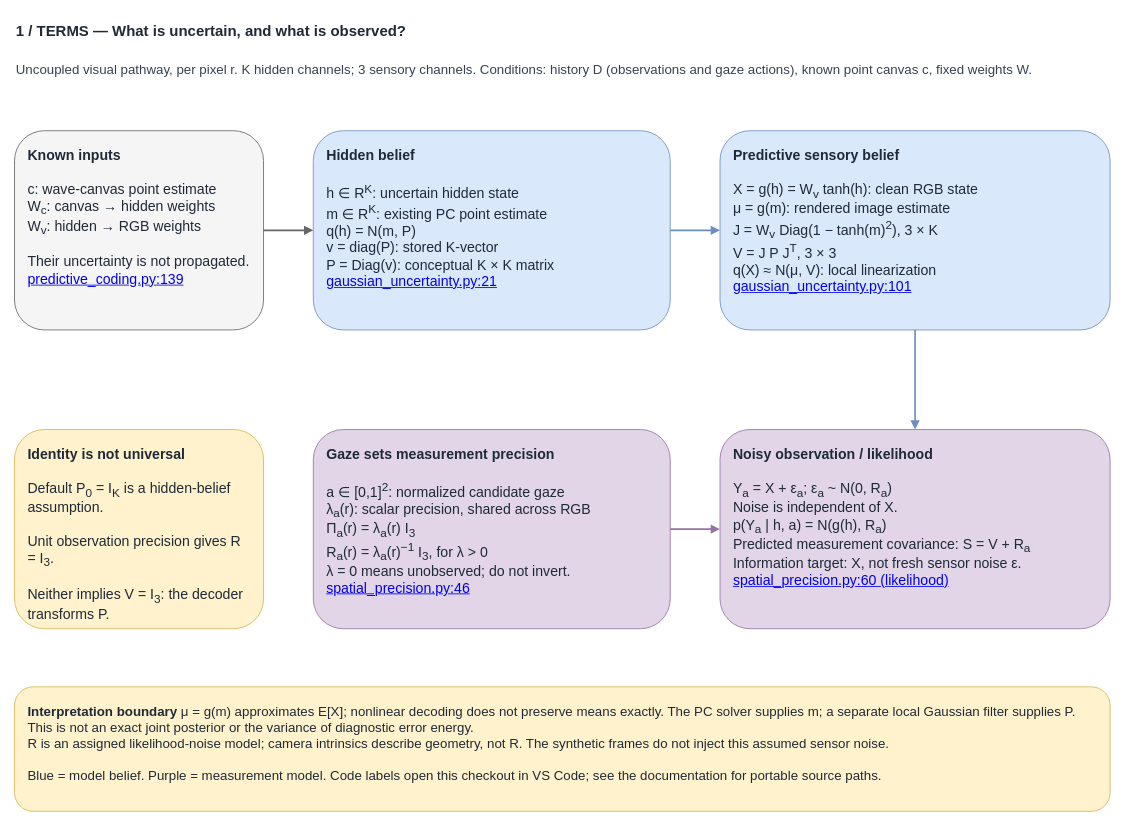
EternalGoldenBraid/AudioViz keeps this draw.io diagram as page "1 - Terms and distributions" (1 of 3) of docs/predictive-uncertainty-math.drawio. Above is the earlier version. Source tidied: cells renumbered, new cells numbered last; positions are measured from the earlier drawing's top-left corner, leaving out a move shared by most shapes. Both pictures are drawn from the tidied source at 83%, with x=0, y=0 at pixel (14, 14).
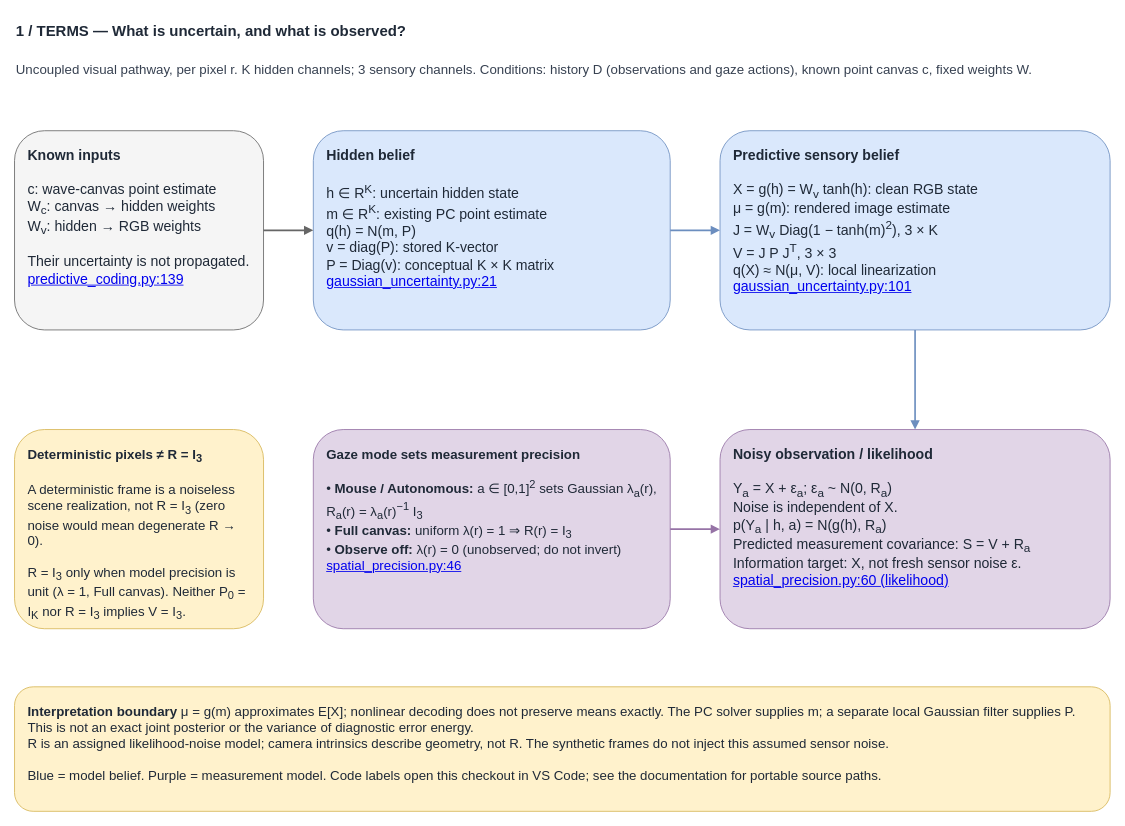
The same diagram, later.

Commit message (it also covers changes not shown here):
Document active vision gaze modes, bench visuals, and headless evaluation

Change to the diagram source:
```diff
@@
 <mxGraphModel background="#ffffff">
   <root>
     <mxCell id="0" />
     <mxCell id="1" parent="0" />
     <mxCell id="2" value="1 / TERMS — What is uncertain, and what is observed?" style="text;whiteSpace=wrap;html=1;fontSize=18;fontStyle=1;align=left;verticalAlign=middle;fontColor=#1f2937;" parent="1" vertex="1">
       <mxGeometry width="1320" height="40" as="geometry" />
     </mxCell>
     <mxCell id="3" value="Uncoupled visual pathway, per pixel r. K hidden channels; 3 sensory channels. Conditions: history D (observations and gaze actions), known point canvas c, fixed weights W." style="text;whiteSpace=wrap;html=1;fontSize=16;align=left;fontColor=#374151;" parent="1" vertex="1">
       <mxGeometry y="50" width="1320" height="50" as="geometry" />
     </mxCell>
     <mxCell id="4" value="&lt;b&gt;Known inputs&lt;/b&gt;&lt;br&gt;&lt;br&gt;c: wave-canvas point estimate&lt;br&gt;W&lt;sub&gt;c&lt;/sub&gt;: canvas → hidden weights&lt;br&gt;W&lt;sub&gt;v&lt;/sub&gt;: hidden → RGB weights&lt;br&gt;&lt;br&gt;Their uncertainty is not propagated.&lt;br&gt;&lt;a href=&quot;vscode://file/home/nicklas/Projects/AudioViz/src/audioviz/readouts/predictive_coding.py:139:1&quot;&gt;predictive_coding.py:139&lt;/a&gt;" style="rounded=1;whiteSpace=wrap;html=1;fillColor=#f5f5f5;strokeColor=#666666;fontColor=#1f2937;fontSize=17;align=left;verticalAlign=top;spacing=16;" parent="1" vertex="1">
       <mxGeometry y="140" width="300" height="240" as="geometry" />
     </mxCell>
     <mxCell id="5" value="&lt;b&gt;Hidden belief&lt;/b&gt;&lt;br&gt;&lt;br&gt;h ∈ R&lt;sup&gt;K&lt;/sup&gt;: uncertain hidden state&lt;br&gt;m ∈ R&lt;sup&gt;K&lt;/sup&gt;: existing PC point estimate&lt;br&gt;q(h) = N(m, P)&lt;br&gt;v = diag(P): stored K-vector&lt;br&gt;P = Diag(v): conceptual K × K matrix&lt;br&gt;&lt;a href=&quot;vscode://file/home/nicklas/Projects/AudioViz/src/audioviz/readouts/gaussian_uncertainty.py:21:1&quot;&gt;gaussian_uncertainty.py:21&lt;/a&gt;" style="rounded=1;whiteSpace=wrap;html=1;fillColor=#dae8fc;strokeColor=#6c8ebf;fontColor=#1f2937;fontSize=17;align=left;verticalAlign=top;spacing=16;" parent="1" vertex="1">
       <mxGeometry x="360" y="140" width="430" height="240" as="geometry" />
     </mxCell>
     <mxCell id="6" value="&lt;b&gt;Predictive sensory belief&lt;/b&gt;&lt;br&gt;&lt;br&gt;X = g(h) = W&lt;sub&gt;v&lt;/sub&gt; tanh(h): clean RGB state&lt;br&gt;μ = g(m): rendered image estimate&lt;br&gt;J = W&lt;sub&gt;v&lt;/sub&gt; Diag(1 − tanh(m)&lt;sup&gt;2&lt;/sup&gt;), 3 × K&lt;br&gt;V = J P J&lt;sup&gt;T&lt;/sup&gt;, 3 × 3&lt;br&gt;q(X) ≈ N(μ, V): local linearization&lt;br&gt;&lt;a href=&quot;vscode://file/home/nicklas/Projects/AudioViz/src/audioviz/readouts/gaussian_uncertainty.py:101:1&quot;&gt;gaussian_uncertainty.py:101&lt;/a&gt;" style="rounded=1;whiteSpace=wrap;html=1;fillColor=#dae8fc;strokeColor=#6c8ebf;fontColor=#1f2937;fontSize=17;align=left;verticalAlign=top;spacing=16;" parent="1" vertex="1">
       <mxGeometry x="850" y="140" width="470" height="240" as="geometry" />
     </mxCell>
-    <mxCell id="7" value="&lt;b&gt;Identity is not universal&lt;/b&gt;&lt;br&gt;&lt;br&gt;Default P&lt;sub&gt;0&lt;/sub&gt; = I&lt;sub&gt;K&lt;/sub&gt; is a hidden-belief assumption.&lt;br&gt;&lt;br&gt;Unit observation precision gives R = I&lt;sub&gt;3&lt;/sub&gt;.&lt;br&gt;&lt;br&gt;Neither implies V = I&lt;sub&gt;3&lt;/sub&gt;: the decoder transforms P." style="rounded=1;whiteSpace=wrap;html=1;fillColor=#fff2cc;strokeColor=#d6b656;fontColor=#1f2937;fontSize=17;align=left;verticalAlign=top;spacing=16;" parent="1" vertex="1">
+    <mxCell id="7" value="&lt;b&gt;Deterministic pixels ≠ R = I&lt;sub&gt;3&lt;/sub&gt;&lt;/b&gt;&lt;br&gt;&lt;br&gt;A deterministic frame is a noiseless scene realization, not R = I&lt;sub&gt;3&lt;/sub&gt; (zero noise would mean degenerate R → 0).&lt;br&gt;&lt;br&gt;R = I&lt;sub&gt;3&lt;/sub&gt; only when model precision is unit (λ = 1, Full canvas). Neither P&lt;sub&gt;0&lt;/sub&gt; = I&lt;sub&gt;K&lt;/sub&gt; nor R = I&lt;sub&gt;3&lt;/sub&gt; implies V = I&lt;sub&gt;3&lt;/sub&gt;." style="rounded=1;whiteSpace=wrap;html=1;fillColor=#fff2cc;strokeColor=#d6b656;fontColor=#1f2937;fontSize=16;align=left;verticalAlign=top;spacing=16;" parent="1" vertex="1">
       <mxGeometry y="500" width="300" height="240" as="geometry" />
     </mxCell>
-    <mxCell id="8" value="&lt;b&gt;Gaze sets measurement precision&lt;/b&gt;&lt;br&gt;&lt;br&gt;a ∈ [0,1]&lt;sup&gt;2&lt;/sup&gt;: normalized candidate gaze&lt;br&gt;λ&lt;sub&gt;a&lt;/sub&gt;(r): scalar precision, shared across RGB&lt;br&gt;Π&lt;sub&gt;a&lt;/sub&gt;(r) = λ&lt;sub&gt;a&lt;/sub&gt;(r) I&lt;sub&gt;3&lt;/sub&gt;&lt;br&gt;R&lt;sub&gt;a&lt;/sub&gt;(r) = λ&lt;sub&gt;a&lt;/sub&gt;(r)&lt;sup&gt;−1&lt;/sup&gt; I&lt;sub&gt;3&lt;/sub&gt;, for λ &gt; 0&lt;br&gt;λ = 0 means unobserved; do not invert.&lt;br&gt;&lt;a href=&quot;vscode://file/home/nicklas/Projects/AudioViz/src/audioviz/readouts/spatial_precision.py:46:1&quot;&gt;spatial_precision.py:46&lt;/a&gt;" style="rounded=1;whiteSpace=wrap;html=1;fillColor=#e1d5e7;strokeColor=#9673a6;fontColor=#1f2937;fontSize=17;align=left;verticalAlign=top;spacing=16;" parent="1" vertex="1">
+    <mxCell id="8" value="&lt;b&gt;Gaze mode sets measurement precision&lt;/b&gt;&lt;br&gt;&lt;br&gt;• &lt;b&gt;Mouse / Autonomous:&lt;/b&gt; a ∈ [0,1]&lt;sup&gt;2&lt;/sup&gt; sets Gaussian λ&lt;sub&gt;a&lt;/sub&gt;(r), R&lt;sub&gt;a&lt;/sub&gt;(r) = λ&lt;sub&gt;a&lt;/sub&gt;(r)&lt;sup&gt;−1&lt;/sup&gt; I&lt;sub&gt;3&lt;/sub&gt;&lt;br&gt;• &lt;b&gt;Full canvas:&lt;/b&gt; uniform λ(r) = 1 ⇒ R(r) = I&lt;sub&gt;3&lt;/sub&gt;&lt;br&gt;• &lt;b&gt;Observe off:&lt;/b&gt; λ(r) = 0 (unobserved; do not invert)&lt;br&gt;&lt;a href=&quot;vscode://file/home/nicklas/Projects/AudioViz/src/audioviz/readouts/spatial_precision.py:46:1&quot;&gt;spatial_precision.py:46&lt;/a&gt;" style="rounded=1;whiteSpace=wrap;html=1;fillColor=#e1d5e7;strokeColor=#9673a6;fontColor=#1f2937;fontSize=16;align=left;verticalAlign=top;spacing=16;" parent="1" vertex="1">
       <mxGeometry x="360" y="500" width="430" height="240" as="geometry" />
     </mxCell>
     <mxCell id="9" value="&lt;b&gt;Noisy observation / likelihood&lt;/b&gt;&lt;br&gt;&lt;br&gt;Y&lt;sub&gt;a&lt;/sub&gt; = X + ε&lt;sub&gt;a&lt;/sub&gt;; ε&lt;sub&gt;a&lt;/sub&gt; ~ N(0, R&lt;sub&gt;a&lt;/sub&gt;)&lt;br&gt;Noise is independent of X.&lt;br&gt;p(Y&lt;sub&gt;a&lt;/sub&gt; | h, a) = N(g(h), R&lt;sub&gt;a&lt;/sub&gt;)&lt;br&gt;Predicted measurement covariance: S = V + R&lt;sub&gt;a&lt;/sub&gt;&lt;br&gt;Information target: X, not fresh sensor noise ε.&lt;br&gt;&lt;a href=&quot;vscode://file/home/nicklas/Projects/AudioViz/src/audioviz/readouts/spatial_precision.py:60:1&quot;&gt;spatial_precision.py:60 (likelihood)&lt;/a&gt;" style="rounded=1;whiteSpace=wrap;html=1;fillColor=#e1d5e7;strokeColor=#9673a6;fontColor=#1f2937;fontSize=17;align=left;verticalAlign=top;spacing=16;" parent="1" vertex="1">
       <mxGeometry x="850" y="500" width="470" height="240" as="geometry" />
     </mxCell>
     <mxCell id="10" value="&lt;b&gt;Interpretation boundary&lt;/b&gt;  μ = g(m) approximates E[X]; nonlinear decoding does not preserve means exactly. The PC solver supplies m; a separate local Gaussian filter supplies P. This is not an exact joint posterior or the variance of diagnostic error energy.&lt;br&gt;R is an assigned likelihood-noise model; camera intrinsics describe geometry, not R. The synthetic frames do not inject this assumed sensor noise.&lt;br&gt;&lt;br&gt;Blue = model belief. Purple = measurement model. Code labels open this checkout in VS Code; see the documentation for portable source paths." style="rounded=1;whiteSpace=wrap;html=1;fillColor=#fff2cc;strokeColor=#d6b656;fontColor=#1f2937;fontSize=16;align=left;verticalAlign=top;spacing=16;" parent="1" vertex="1">
       <mxGeometry y="810" width="1320" height="150" as="geometry" />
     </mxCell>
     <mxCell id="11" style="edgeStyle=orthogonalEdgeStyle;html=1;strokeColor=#666666;strokeWidth=2;endArrow=block;exitX=1;exitY=0.5;entryX=0;entryY=0.5;" parent="1" edge="1" source="4" target="5">
       <mxGeometry relative="1" as="geometry" />
     </mxCell>
     <mxCell id="12" style="edgeStyle=orthogonalEdgeStyle;html=1;strokeColor=#6c8ebf;strokeWidth=2;endArrow=block;exitX=1;exitY=0.5;entryX=0;entryY=0.5;" parent="1" edge="1" source="5" target="6">
       <mxGeometry relative="1" as="geometry" />
     </mxCell>
     <mxCell id="13" style="edgeStyle=orthogonalEdgeStyle;html=1;strokeColor=#6c8ebf;strokeWidth=2;endArrow=block;exitX=0.5;exitY=1;entryX=0.5;entryY=0;" parent="1" edge="1" source="6" target="9">
       <mxGeometry relative="1" as="geometry" />
     </mxCell>
     <mxCell id="14" style="edgeStyle=orthogonalEdgeStyle;html=1;strokeColor=#9673a6;strokeWidth=2;endArrow=block;exitX=1;exitY=0.5;entryX=0;entryY=0.5;" parent="1" edge="1" source="8" target="9">
       <mxGeometry relative="1" as="geometry" />
     </mxCell>
   </root>
 </mxGraphModel>
```
